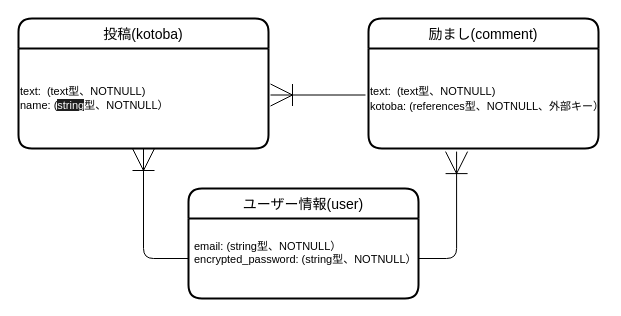
yoshiocamp/kotonoha keeps this draw.io diagram as kotonoha.dio. Above is the earlier version. Source tidied: cells renumbered, new cells numbered last; positions are measured from the earlier drawing's top-left corner, leaving out a move shared by most shapes. Both pictures are drawn from the tidied source at 100%, with x=0, y=0 at pixel (18, 18).
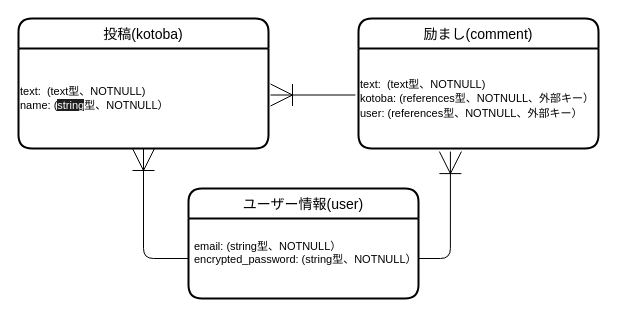
The same diagram, later.

The edit, as a diff of the source:
```diff
@@
 <mxGraphModel>
   <root>
     <mxCell id="0" />
     <mxCell id="1" parent="0" />
     <mxCell id="2" value="投稿(kotoba)" style="swimlane;horizontal=1;startSize=30;rounded=1;fontSize=14;fontStyle=0;strokeWidth=2;shadow=0;dashed=0;align=center;" parent="1" vertex="1">
       <mxGeometry width="250" height="130" as="geometry" />
     </mxCell>
     <mxCell id="3" value="text:&amp;nbsp;&amp;nbsp;(text型、NOTNULL)&lt;br&gt;name: (&lt;font color=&quot;#ffffff&quot;&gt;&lt;span style=&quot;background-color: rgb(31, 31, 31);&quot;&gt;string&lt;/span&gt;&lt;/font&gt;&lt;span style=&quot;background-color: initial;&quot;&gt;型、NOTNULL）&lt;/span&gt;" style="text;html=1;align=left;verticalAlign=middle;points=[];strokeColor=none;fillColor=none;fontSize=11;" parent="2" vertex="1">
       <mxGeometry y="30" width="250" height="100" as="geometry" />
     </mxCell>
     <mxCell id="4" value="ユーザー情報(user)" style="swimlane;horizontal=1;startSize=30;rounded=1;fontSize=14;fontStyle=0;strokeWidth=2;shadow=0;dashed=0;align=center;" parent="1" vertex="1">
       <mxGeometry x="170" y="170" width="230" height="110" as="geometry" />
     </mxCell>
     <mxCell id="5" value="email: (string型、NOTNULL）&#10;encrypted_password: (string型、NOTNULL）&#10;" style="align=left;strokeColor=none;fillColor=none;spacingLeft=4;fontSize=11;verticalAlign=middle;fontFamily=Helvetica;" parent="4" vertex="1">
       <mxGeometry y="30" width="230" height="80" as="geometry" />
     </mxCell>
     <mxCell id="6" value="励まし(comment)" style="swimlane;horizontal=1;startSize=30;rounded=1;fontSize=14;fontStyle=0;strokeWidth=2;shadow=0;dashed=0;align=center;" parent="1" vertex="1">
-      <mxGeometry x="350" width="230" height="130" as="geometry" />
+      <mxGeometry x="340" width="240" height="130" as="geometry" />
     </mxCell>
-    <mxCell id="7" value="&lt;font style=&quot;font-size: 11px;&quot;&gt;&lt;span style=&quot;&quot;&gt;text:&amp;nbsp;&amp;nbsp;(text型、NOTNULL)&lt;br&gt;&lt;/span&gt;kotoba: (references型、NOTNULL、外部キー）&lt;/font&gt;&lt;span style=&quot;&quot;&gt;&lt;br&gt;&lt;/span&gt;" style="text;html=1;align=left;verticalAlign=middle;points=[];strokeColor=none;fillColor=none;" parent="6" vertex="1">
-      <mxGeometry y="30" width="230" height="100" as="geometry" />
+    <mxCell id="7" value="&lt;font style=&quot;font-size: 11px;&quot;&gt;&lt;span style=&quot;&quot;&gt;text:&amp;nbsp;&amp;nbsp;(text型、NOTNULL)&lt;br&gt;&lt;/span&gt;kotoba: (references型、NOTNULL、外部キー）&lt;br&gt;&lt;/font&gt;&lt;span style=&quot;font-size: 11px;&quot;&gt;user: (references型、NOTNULL、外部キー）&lt;/span&gt;&lt;span style=&quot;&quot;&gt;&lt;br&gt;&lt;/span&gt;" style="text;html=1;align=left;verticalAlign=middle;points=[];strokeColor=none;fillColor=none;" parent="6" vertex="1">
+      <mxGeometry y="30" width="240" height="100" as="geometry" />
     </mxCell>
     <mxCell id="8" style="edgeStyle=orthogonalEdgeStyle;fontSize=12;html=1;endArrow=ERoneToMany;fontFamily=Helvetica;fontColor=#FFFFFF;entryX=0.5;entryY=1;entryDx=0;entryDy=0;exitX=0;exitY=0.5;exitDx=0;exitDy=0;endSize=20;startSize=20;" parent="1" edge="1" source="5" target="2">
       <mxGeometry relative="1" as="geometry" />
     </mxCell>
     <mxCell id="9" style="edgeStyle=orthogonalEdgeStyle;fontSize=12;html=1;endArrow=ERoneToMany;fontFamily=Helvetica;fontColor=#FFFFFF;exitX=-0.013;exitY=0.465;exitDx=0;exitDy=0;endSize=20;startSize=20;exitPerimeter=0;entryX=1.008;entryY=0.465;entryDx=0;entryDy=0;entryPerimeter=0;" parent="1" edge="1" source="7" target="3">
       <mxGeometry relative="1" as="geometry" />
     </mxCell>
     <mxCell id="10" style="edgeStyle=orthogonalEdgeStyle;fontSize=12;html=1;endArrow=ERoneToMany;fontFamily=Helvetica;fontColor=#FFFFFF;entryX=0.383;entryY=1.031;entryDx=0;entryDy=0;exitX=1;exitY=0.5;exitDx=0;exitDy=0;endSize=20;startSize=20;entryPerimeter=0;" parent="1" edge="1" source="5" target="7">
       <mxGeometry relative="1" as="geometry" />
     </mxCell>
   </root>
 </mxGraphModel>
```
